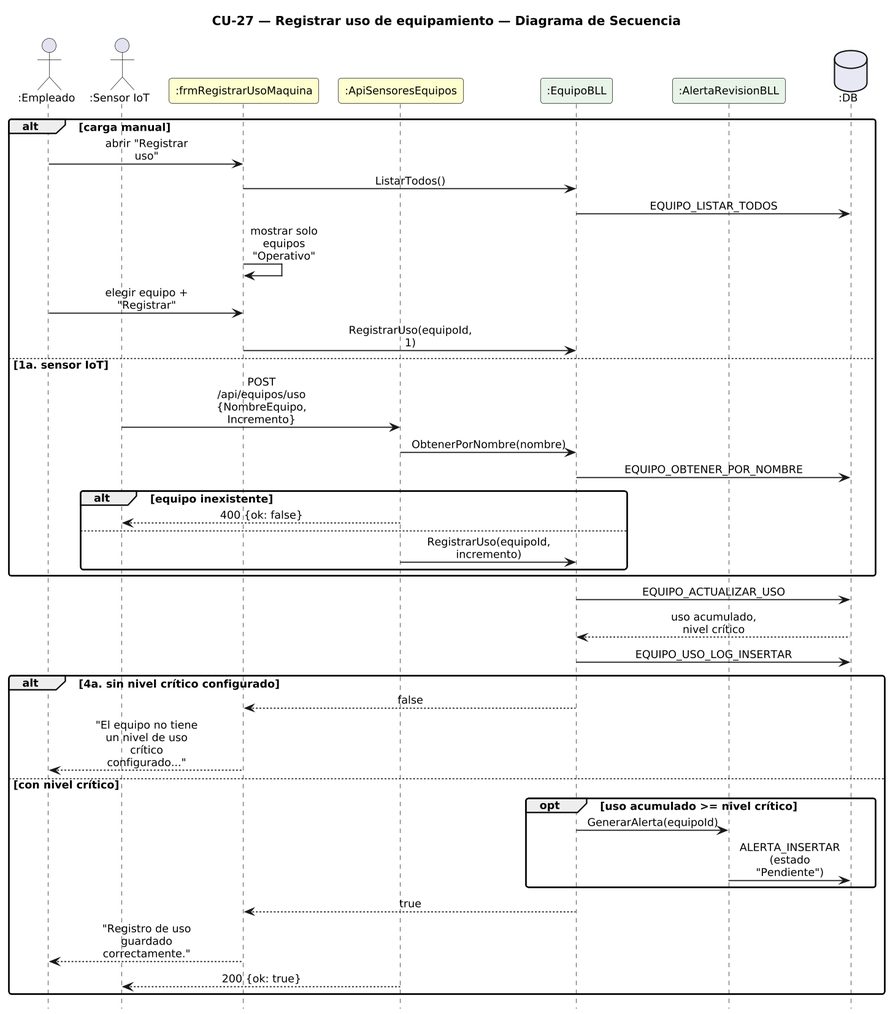
Before: DIAGRAMAS/DiagramaSecuencia_CU27_RegistrarUsoEquipo.png, a diagram exported from PlantUML (Urrels/ingenieria_software).
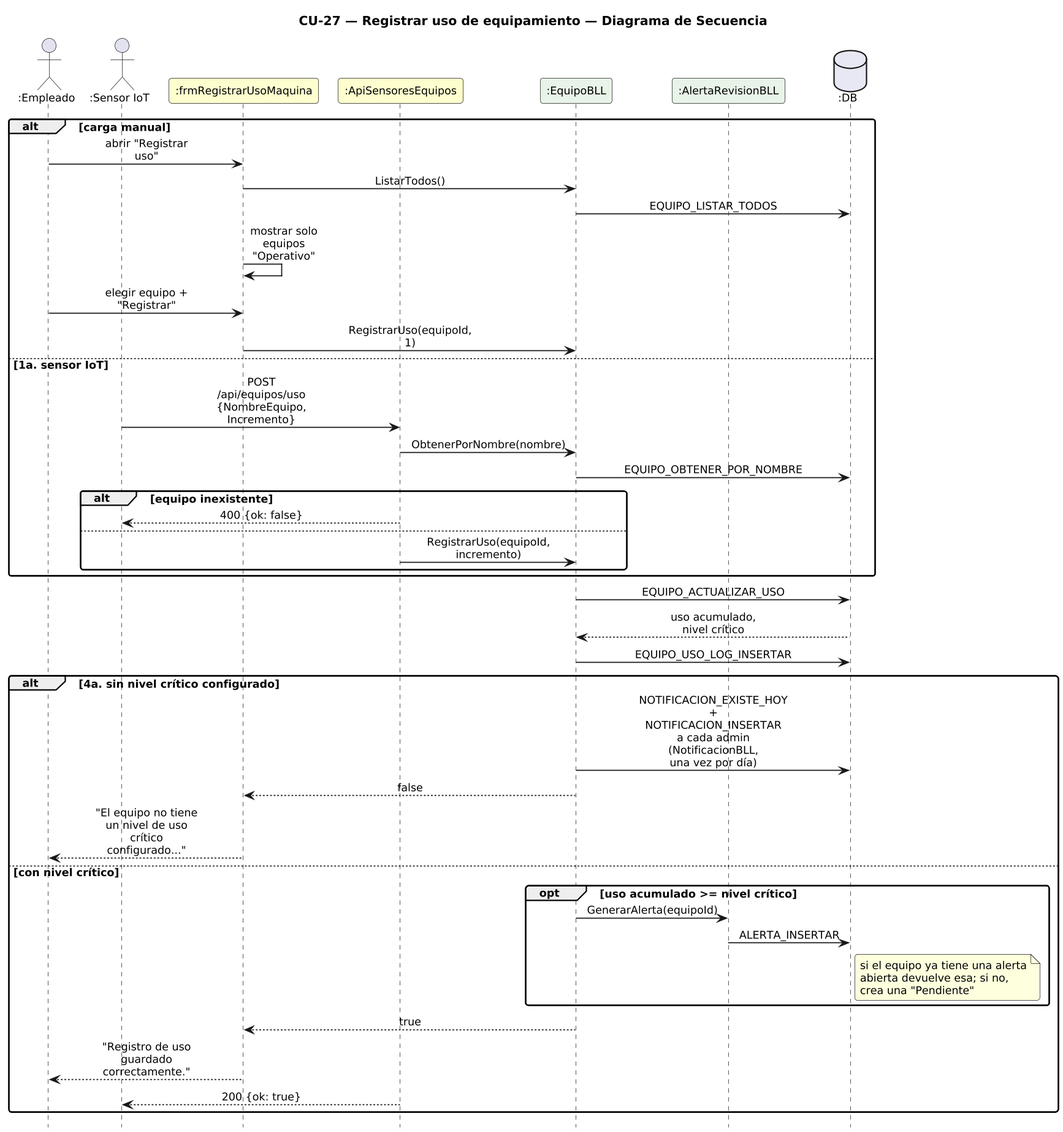
Above is the later version.

The edit, as a diff of the source:
```diff
@@ -42,12 +42,14 @@
 DB --> EB : uso acumulado, nivel crítico
 EB -> DB : EQUIPO_USO_LOG_INSERTAR
 alt 4a. sin nivel crítico configurado
+  EB -> DB : NOTIFICACION_EXISTE_HOY\n+ NOTIFICACION_INSERTAR a cada admin\n(NotificacionBLL, una vez por día)
   EB --> F : false
   F --> E : "El equipo no tiene un nivel de uso crítico configurado..."
 else con nivel crítico
   opt uso acumulado >= nivel crítico
     EB -> AB : GenerarAlerta(equipoId)
-    AB -> DB : ALERTA_INSERTAR (estado "Pendiente")
+    AB -> DB : ALERTA_INSERTAR
+    note right of DB : si el equipo ya tiene una alerta\nabierta devuelve esa; si no,\ncrea una "Pendiente"
   end
   EB --> F : true
   F --> E : "Registro de uso guardado correctamente."
```
